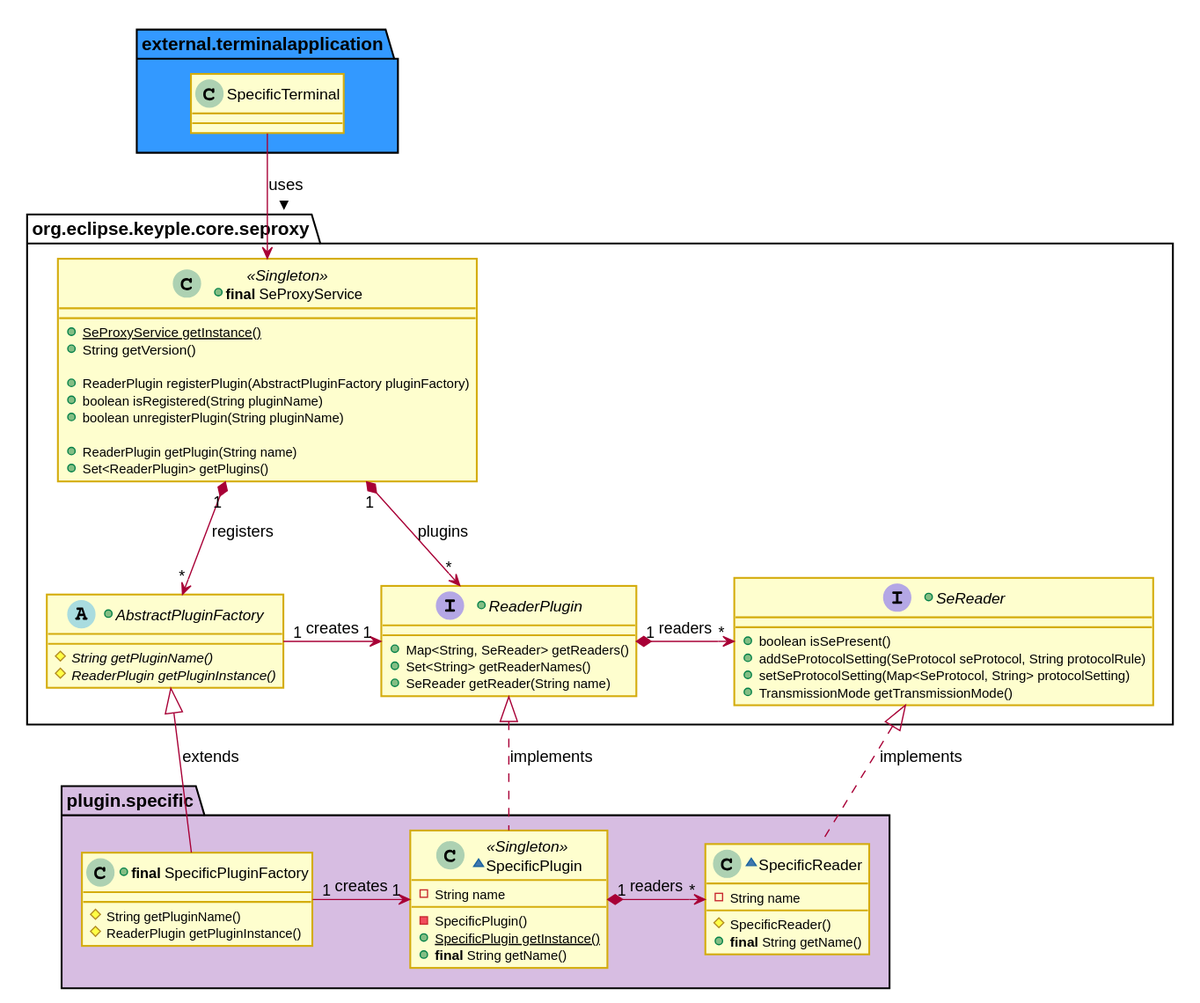
Earlier version of the PlantUML export docs/KeypleCoreApi/ApplicationApi/img/KeypleCore_ApplicationApi_ClassDiag_SE_Proxy_SpecificPluginAndReader_0_9_0.svg (calypsonet/keyple). Its diagram source:
```plantuml
@startuml
skinparam ClassBorderColor #D4AC0D
skinparam stereotypeABorderColor #A9DCDF
skinparam stereotypeIBorderColor #B4A7E5
skinparam stereotypeCBorderColor #ADD1B2
skinparam stereotypeEBorderColor #EB93DF
skinparam shadowing false

skinparam ClassBackgroundColor<<red>> #FDEDEC
skinparam ClassBorderColor<<red>> #E74C3C
hide <<red>> stereotype
skinparam ClassBackgroundColor<<purple>> #F4ECF7
skinparam ClassBorderColor<<purple>> #8E44AD
hide <<purple>> stereotype
skinparam ClassBackgroundColor<<blue>> #EBF5FB
skinparam ClassBorderColor<<blue>> #3498DB
hide <<blue>> stereotype
skinparam ClassBackgroundColor<<green>> #EAFAF1
skinparam ClassBorderColor<<green>> #2ECC71
hide <<green>> stereotype
skinparam ClassBackgroundColor<<grey>> #EAECEE
skinparam ClassBorderColor<<grey>> #2C3E50
hide <<grey>> stereotype

package external.terminalapplication #3399FF {
  class SpecificTerminal
}

package org.eclipse.keyple.core.seproxy #FFFFFF {
+class "<b>final</b> SeProxyService" as SeProxyService << Singleton >> {
  +{static}SeProxyService getInstance()
  +String getVersion()

  +ReaderPlugin registerPlugin(AbstractPluginFactory pluginFactory)
  +boolean isRegistered(String pluginName)
  +boolean unregisterPlugin(String pluginName)

  +ReaderPlugin getPlugin(String name)
  +Set<ReaderPlugin> getPlugins()
}
+abstract AbstractPluginFactory {
  {abstract} #String getPluginName()
  {abstract} #ReaderPlugin getPluginInstance()
}
+interface ReaderPlugin {
  +Map<String, SeReader> getReaders()
  +Set<String> getReaderNames()
  +SeReader getReader(String name)
}
+interface SeReader {
  +boolean isSePresent()
  +addSeProtocolSetting(SeProtocol seProtocol, String protocolRule)
  +setSeProtocolSetting(Map<SeProtocol, String> protocolSetting)
  +TransmissionMode getTransmissionMode()
}

  SeProxyService "1" *-down-> "*" ReaderPlugin : plugins
  ReaderPlugin "1" *-right-> "*" SeReader : readers

  SeProxyService "1" *--> "*" AbstractPluginFactory : registers
  AbstractPluginFactory "1" -right-> "1" ReaderPlugin : creates
}

package plugin.specific #D7BDE2 {
  +class "<b>final</b> SpecificPluginFactory" as SpecificPluginFactory {
    #String getPluginName()
    #ReaderPlugin getPluginInstance()
  }

  ~class SpecificPlugin << Singleton >> {
    -String name
    -SpecificPlugin()
    +{static} SpecificPlugin getInstance()
    +<b>final</b> String getName()
  }

  ~class SpecificReader {
    -String name
    #SpecificReader()
    +<b>final</b> String getName()
  }

  SpecificPluginFactory "1" -right-> "1" SpecificPlugin : creates
  SpecificPlugin "1" *-right-> "*" SpecificReader : readers
}

SpecificTerminal -down-> SeProxyService : uses >

AbstractPluginFactory <|-down- SpecificPluginFactory : extends
ReaderPlugin <|.. SpecificPlugin : implements
SeReader <|.. SpecificReader : implements
@enduml
```
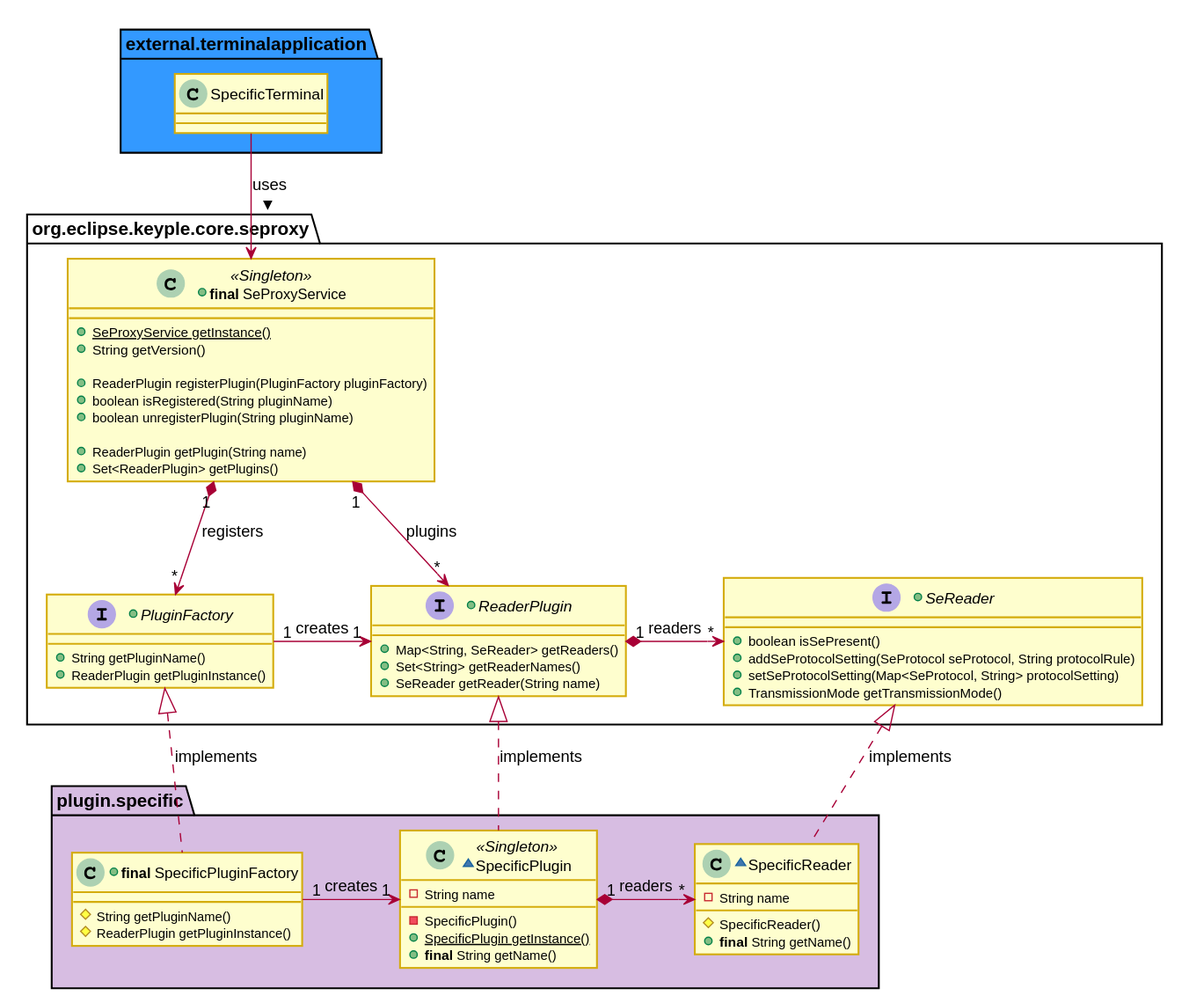
Later version of the same file.

What changed in the source:
```diff
@@ -5,6 +5,9 @@
 skinparam stereotypeCBorderColor #ADD1B2
 skinparam stereotypeEBorderColor #EB93DF
 skinparam shadowing false
+
+skinparam StateBorderColor #D4AC0D
+skinparam ActivityBorderColor #D4AC0D
 
 skinparam ClassBackgroundColor<<red>> #FDEDEC
 skinparam ClassBorderColor<<red>> #E74C3C
@@ -31,16 +34,16 @@
   +{static}SeProxyService getInstance()
   +String getVersion()
 
-  +ReaderPlugin registerPlugin(AbstractPluginFactory pluginFactory)
+  +ReaderPlugin registerPlugin(PluginFactory pluginFactory)
   +boolean isRegistered(String pluginName)
   +boolean unregisterPlugin(String pluginName)
 
   +ReaderPlugin getPlugin(String name)
   +Set<ReaderPlugin> getPlugins()
 }
-+abstract AbstractPluginFactory {
-  {abstract} #String getPluginName()
-  {abstract} #ReaderPlugin getPluginInstance()
++interface PluginFactory {
+  +String getPluginName()
+  +ReaderPlugin getPluginInstance()
 }
 +interface ReaderPlugin {
   +Map<String, SeReader> getReaders()
@@ -57,8 +60,8 @@
   SeProxyService "1" *-down-> "*" ReaderPlugin : plugins
   ReaderPlugin "1" *-right-> "*" SeReader : readers
 
-  SeProxyService "1" *--> "*" AbstractPluginFactory : registers
-  AbstractPluginFactory "1" -right-> "1" ReaderPlugin : creates
+  SeProxyService "1" *--> "*" PluginFactory : registers
+  PluginFactory "1" -right-> "1" ReaderPlugin : creates
 }
 
 package plugin.specific #D7BDE2 {
@@ -86,7 +89,7 @@
 
 SpecificTerminal -down-> SeProxyService : uses >
 
-AbstractPluginFactory <|-down- SpecificPluginFactory : extends
+PluginFactory <|.down. SpecificPluginFactory : implements
 ReaderPlugin <|.. SpecificPlugin : implements
 SeReader <|.. SpecificReader : implements
 @enduml
```
